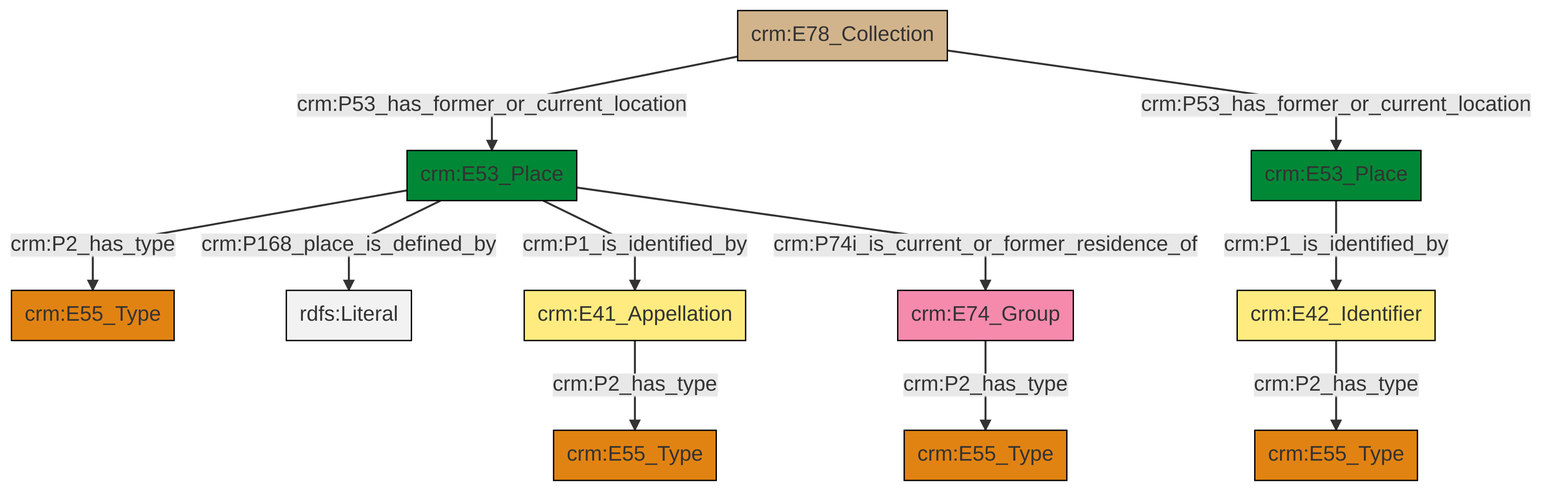
This is et/archivalCSV/ttl/mmd/png/archival_location.png from swiss-art-research-net/docs.swissartresearch, a Mermaid export, as it was before one commit. Its source is kept beside it as et/archivalCSV/ttl/mmd/archival_location.ttl.mmd.
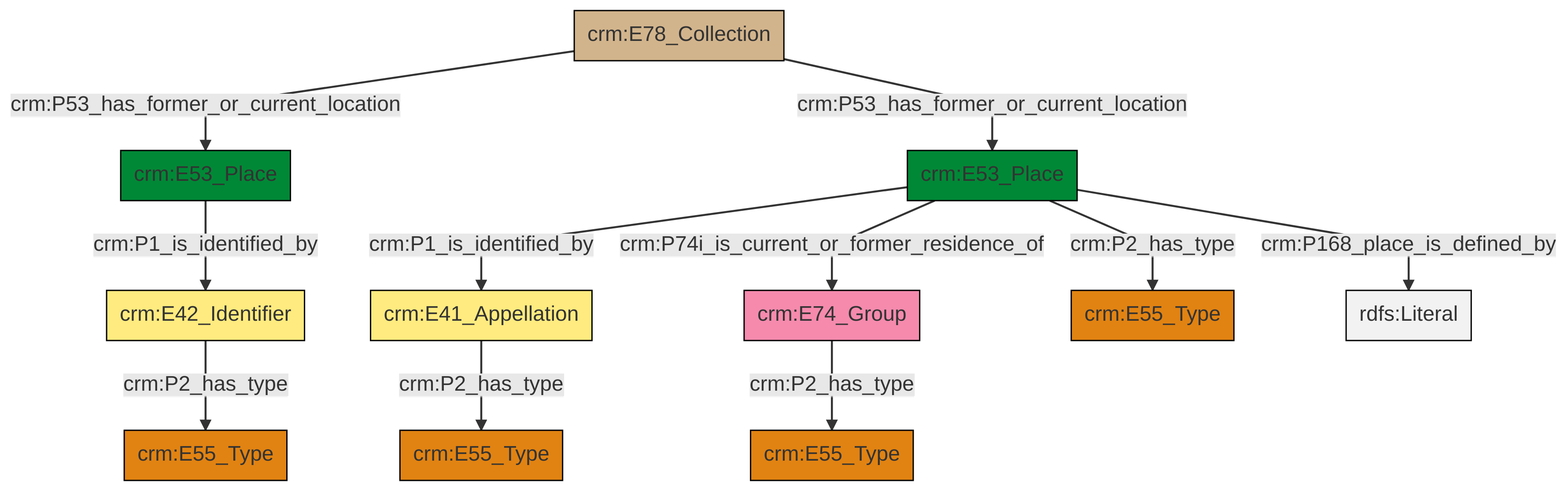
After the commit.

What changed in the source:
```diff
@@ -13,13 +13,13 @@
 classDef PC_Classes fill:#4ce600, stroke:#000000;
 classDef Multi fill:#cccccc,stroke:#000000;
 
-2["crm:E53_Place"]:::Place -->|crm:P2_has_type| 3["crm:E55_Type"]:::Type
-6["crm:E53_Place"]:::Place -->|crm:P1_is_identified_by| 7["crm:E42_Identifier"]:::Appellation
-8["crm:E78_Collection"]:::Physical_Thing -->|crm:P53_has_former_or_current_location| 2["crm:E53_Place"]:::Place
-11["crm:E41_Appellation"]:::Appellation -->|crm:P2_has_type| 4["crm:E55_Type"]:::Type
-2["crm:E53_Place"]:::Place -->|crm:P168_place_is_defined_by| 12[rdfs:Literal]:::Literal
-2["crm:E53_Place"]:::Place -->|crm:P1_is_identified_by| 11["crm:E41_Appellation"]:::Appellation
-2["crm:E53_Place"]:::Place -->|crm:P74i_is_current_or_former_residence_of| 0["crm:E74_Group"]:::Actor
-8["crm:E78_Collection"]:::Physical_Thing -->|crm:P53_has_former_or_current_location| 6["crm:E53_Place"]:::Place
-0["crm:E74_Group"]:::Actor -->|crm:P2_has_type| 15["crm:E55_Type"]:::Type
-7["crm:E42_Identifier"]:::Appellation -->|crm:P2_has_type| 9["crm:E55_Type"]:::Type
+2["crm:E74_Group"]:::Actor -->|crm:P2_has_type| 3["crm:E55_Type"]:::Type
+4["crm:E41_Appellation"]:::Appellation -->|crm:P2_has_type| 5["crm:E55_Type"]:::Type
+6["crm:E53_Place"]:::Place -->|crm:P1_is_identified_by| 4["crm:E41_Appellation"]:::Appellation
+6["crm:E53_Place"]:::Place -->|crm:P74i_is_current_or_former_residence_of| 2["crm:E74_Group"]:::Actor
+7["crm:E42_Identifier"]:::Appellation -->|crm:P2_has_type| 0["crm:E55_Type"]:::Type
+6["crm:E53_Place"]:::Place -->|crm:P168_place_is_defined_by| 12[rdfs:Literal]:::Literal
+15["crm:E53_Place"]:::Place -->|crm:P1_is_identified_by| 7["crm:E42_Identifier"]:::Appellation
+22["crm:E78_Collection"]:::Physical_Thing -->|crm:P53_has_former_or_current_location| 15["crm:E53_Place"]:::Place
+6["crm:E53_Place"]:::Place -->|crm:P2_has_type| 9["crm:E55_Type"]:::Type
+22["crm:E78_Collection"]:::Physical_Thing -->|crm:P53_has_former_or_current_location| 6["crm:E53_Place"]:::Place
```
